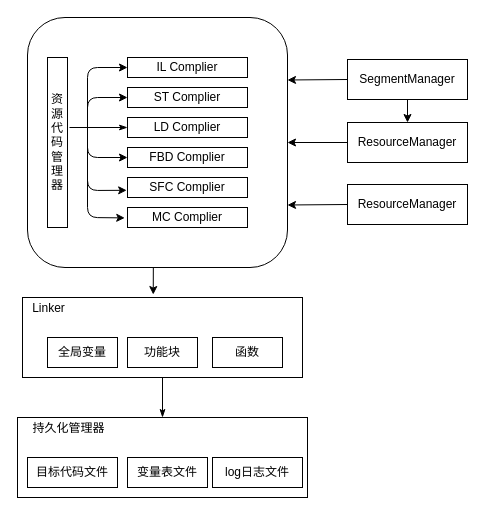
The draw.io diagram page "Page-1" (1 of 2) of cmc_complie.drawio in nathanningbo/general_ztf, before the edit. Source tidied: cells renumbered, new cells numbered last; positions are measured from the earlier drawing's top-left corner, leaving out a move shared by most shapes. Both pictures are drawn from the tidied source at 100%, with x=0, y=0 at pixel (17, 17).
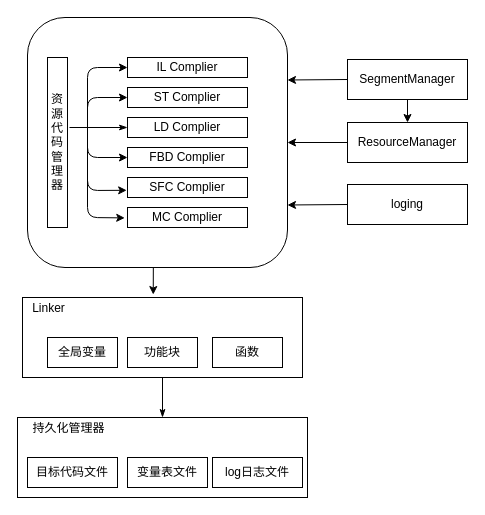
Above is the later version.

The edit, as a diff of the source:
```diff
@@
-    <mxCell id="21" value="ResourceManager" style="rounded=0;whiteSpace=wrap;html=1;fillColor=none;" parent="1" vertex="1">
+    <mxCell id="21" value="loging" style="rounded=0;whiteSpace=wrap;html=1;fillColor=none;" parent="1" vertex="1">
       <mxGeometry x="330" y="167" width="120" height="40" as="geometry" />
     </mxCell>
```
